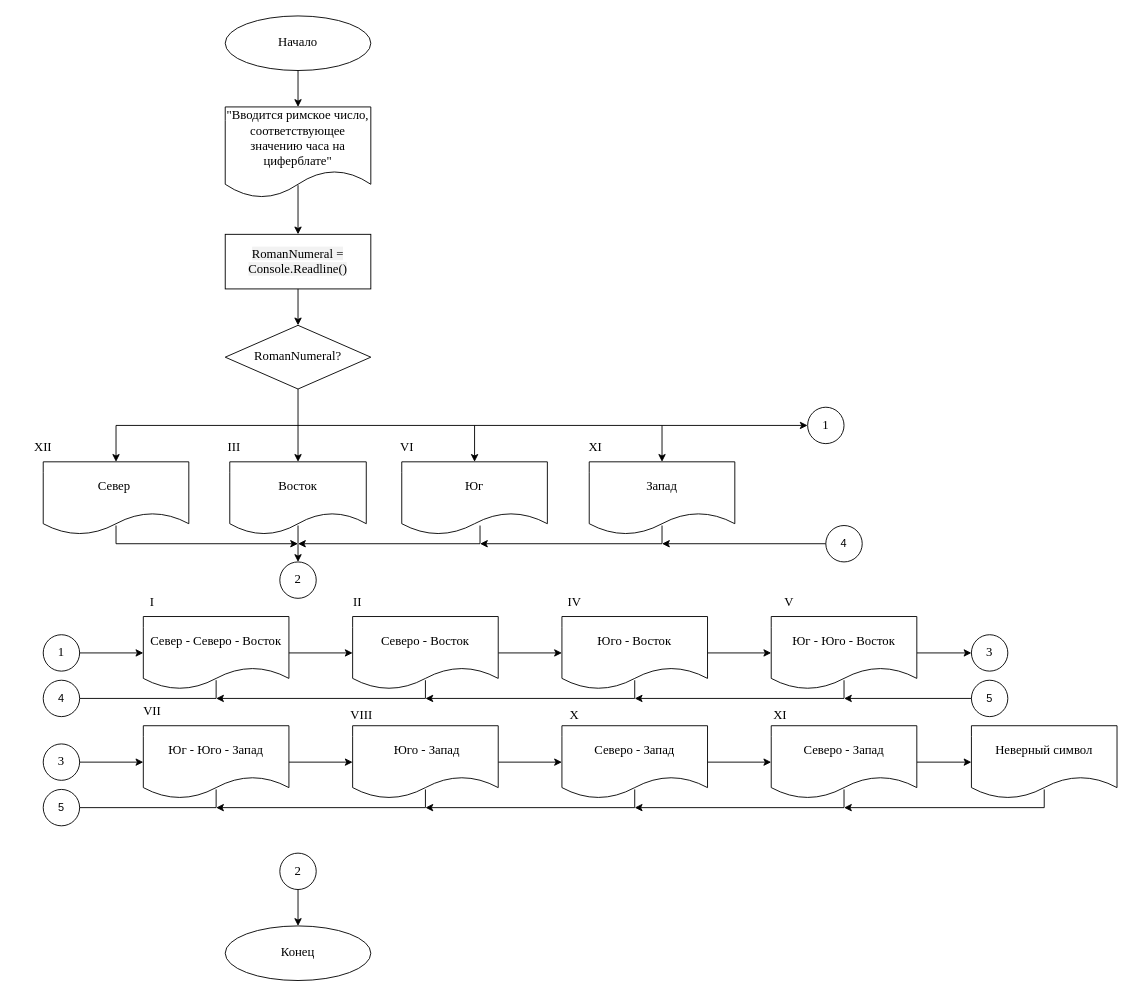
Earlier version of the draw.io diagram Задание 6.drawio (Dimag11/-). Source tidied: cells renumbered, new cells numbered last; positions are measured from the earlier drawing's top-left corner, leaving out a move shared by most shapes. Both pictures are drawn from the tidied source at 91%, with x=0, y=0 at pixel (15, 15).
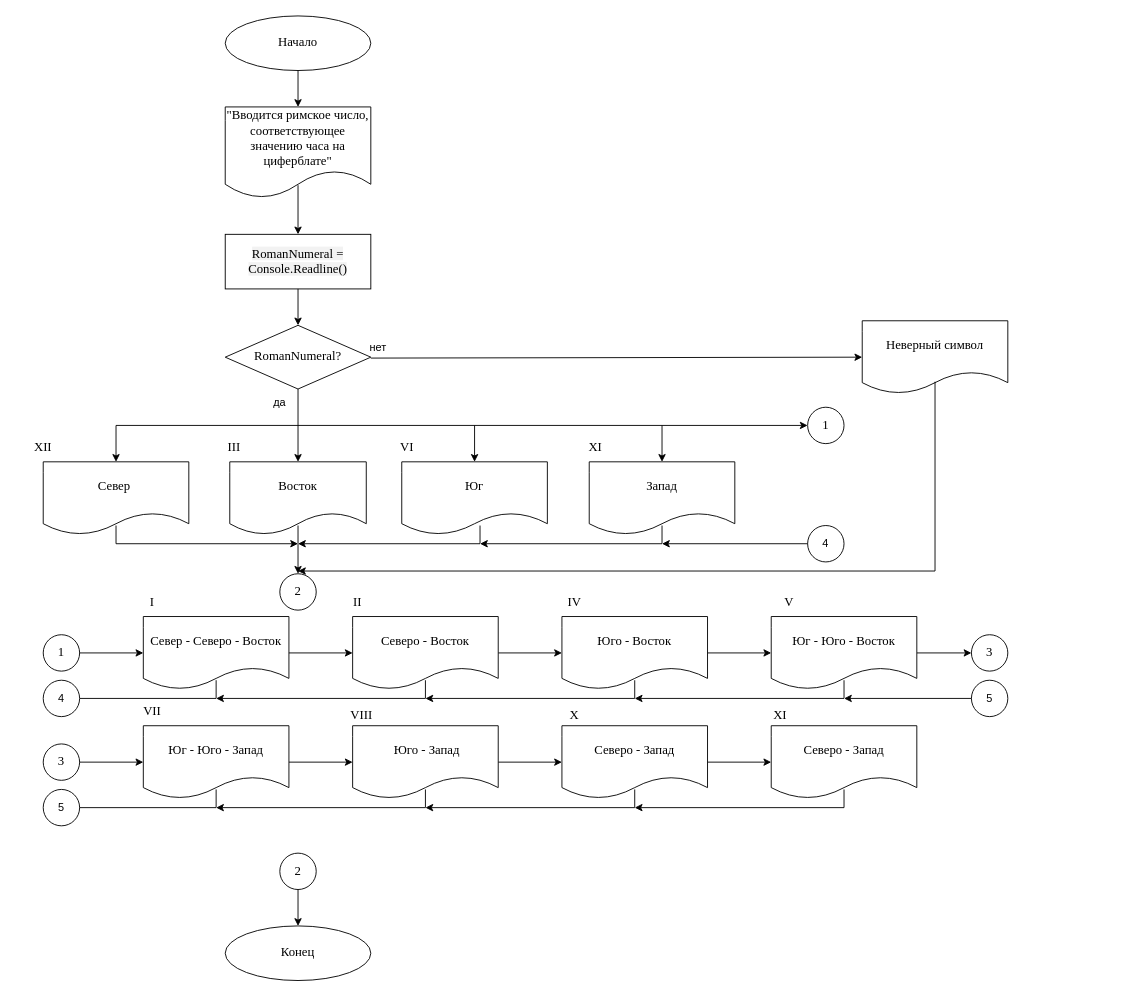
The same page after the edit.

Unchanged cells that the change refers to:
```xml
<mxCell id="53" value="Северо - Запад" style="shape=document;whiteSpace=wrap;html=1;boundedLbl=1;fontFamily=Times New Roman;fontSize=14;" parent="1" vertex="1">
  <mxGeometry x="830" y="780" width="160" height="80" as="geometry" />
</mxCell>
```

Diff of the diagram source:
```diff
@@
-    <mxCell id="31" style="endArrow=classic;html=1;rounded=0;fontFamily=Times New Roman;fontSize=14;" parent="1" edge="1">
+    <mxCell id="31" style="endArrow=classic;html=1;rounded=0;fontFamily=Times New Roman;fontSize=14;entryX=0.5;entryY=0;entryDx=0;entryDy=0;" parent="1" edge="1" target="32">
       <mxGeometry relative="1" as="geometry">
         <mxPoint x="310" y="560" as="sourcePoint" />
-        <mxPoint x="310" y="600" as="targetPoint" />
       </mxGeometry>
     </mxCell>
     <mxCell id="32" value="2" style="ellipse;whiteSpace=wrap;html=1;fontFamily=Times New Roman;fontSize=14;" parent="1" vertex="1">
-      <mxGeometry x="290" y="600" width="40" height="40" as="geometry" />
+      <mxGeometry x="290" y="613" width="40" height="40" as="geometry" />
     </mxCell>
@@
-    <mxCell id="52" style="edgeStyle=orthogonalEdgeStyle;rounded=0;jettySize=auto;html=1;" parent="1" edge="1" source="53" target="79">
-      <mxGeometry relative="1" as="geometry" />
-    </mxCell>
@@
-    <mxCell id="79" value="Неверный символ" style="shape=document;whiteSpace=wrap;html=1;boundedLbl=1;fontFamily=Times New Roman;fontSize=14;" parent="1" vertex="1">
-      <mxGeometry x="1050" y="780" width="160" height="80" as="geometry" />
-    </mxCell>
-    <mxCell id="80" style="endArrow=none;html=1;rounded=0;" parent="1" edge="1">
-      <mxGeometry relative="1" as="geometry">
-        <mxPoint x="1130" y="870" as="sourcePoint" />
-        <mxPoint x="1130" y="850" as="targetPoint" />
-      </mxGeometry>
-    </mxCell>
-    <mxCell id="81" style="endArrow=classic;html=1;rounded=0;" parent="1" edge="1">
-      <mxGeometry relative="1" as="geometry">
-        <mxPoint x="1130" y="870" as="sourcePoint" />
-        <mxPoint x="910" y="870" as="targetPoint" />
-      </mxGeometry>
-    </mxCell>
@@
     <mxCell id="87" value="4" style="ellipse;whiteSpace=wrap;html=1;" parent="1" vertex="1">
-      <mxGeometry x="890" y="560" width="40" height="40" as="geometry" />
+      <mxGeometry x="870" y="560" width="40" height="40" as="geometry" />
     </mxCell>
@@
+    <mxCell id="79" value="Неверный символ" style="shape=document;whiteSpace=wrap;html=1;boundedLbl=1;fontFamily=Times New Roman;fontSize=14;" parent="1" vertex="1">
+      <mxGeometry x="930" y="335" width="160" height="80" as="geometry" />
+    </mxCell>
+    <mxCell id="90" style="endArrow=classic;html=1;rounded=0;entryX=0;entryY=0.5;entryDx=0;entryDy=0;" parent="1" edge="1" target="79">
+      <mxGeometry relative="1" as="geometry">
+        <mxPoint x="390" y="376" as="sourcePoint" />
+      </mxGeometry>
+    </mxCell>
+    <mxCell id="91" style="endArrow=none;html=1;rounded=0;" parent="1" edge="1">
+      <mxGeometry relative="1" as="geometry">
+        <mxPoint x="1010" y="610" as="sourcePoint" />
+        <mxPoint x="1010" y="402" as="targetPoint" />
+      </mxGeometry>
+    </mxCell>
+    <mxCell id="92" style="endArrow=classic;html=1;rounded=0;" parent="1" edge="1">
+      <mxGeometry relative="1" as="geometry">
+        <mxPoint x="1010" y="610" as="sourcePoint" />
+        <mxPoint x="310" y="610" as="targetPoint" />
+      </mxGeometry>
+    </mxCell>
+    <mxCell id="93" value="нет&amp;nbsp;" style="text;html=1;align=center;verticalAlign=middle;whiteSpace=wrap;rounded=0;" parent="1" vertex="1">
+      <mxGeometry x="370" y="350" width="60" height="30" as="geometry" />
+    </mxCell>
+    <mxCell id="94" value="да" style="text;html=1;align=center;verticalAlign=middle;whiteSpace=wrap;rounded=0;" parent="1" vertex="1">
+      <mxGeometry x="260" y="410" width="60" height="30" as="geometry" />
+    </mxCell>
```
